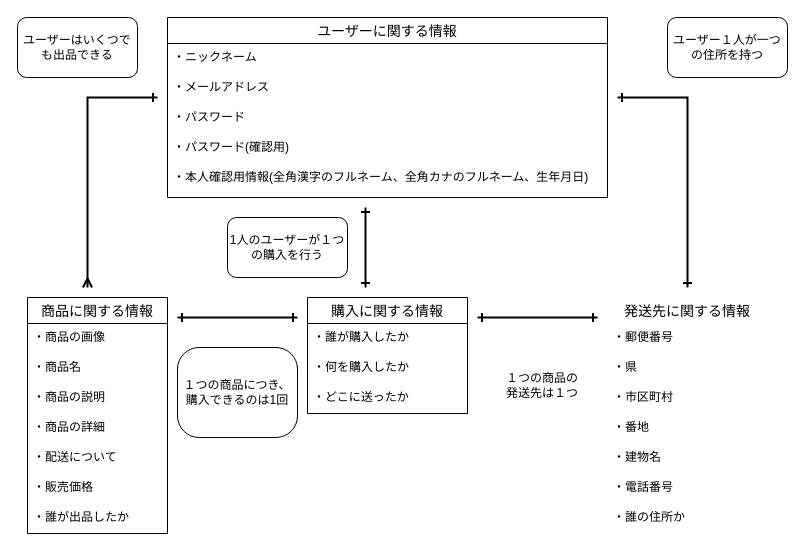
The draw.io diagram page "Modeling" (2 of 3) of figure.dio in nana0817/furima-39589, before the edit. Source tidied: cells renumbered, new cells numbered last; positions are measured from the earlier drawing's top-left corner, leaving out a move shared by most shapes. Both pictures are drawn from the tidied source at 100%, with x=0, y=0 at pixel (17, 17).
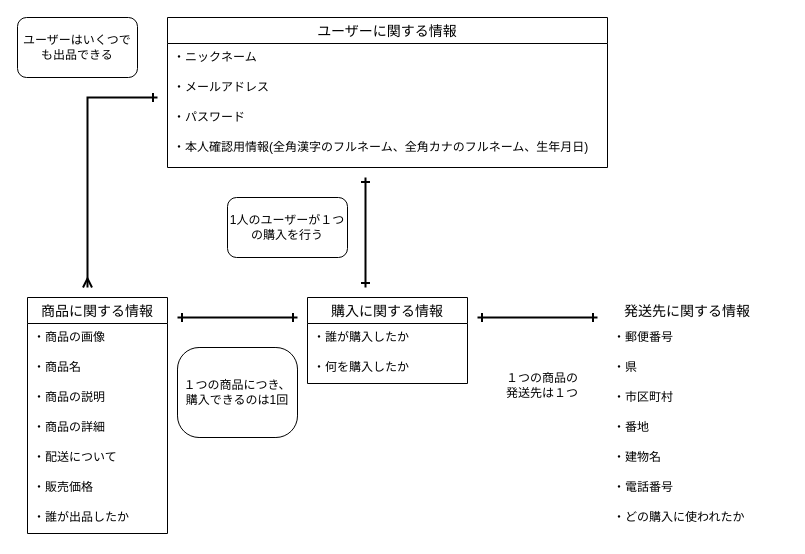
The same page after the edit.

The change refers to these unchanged cells:
```xml
<mxCell id="25" value="発送先に関する情報" style="swimlane;fontStyle=0;horizontal=1;startSize=26;align=center;fontSize=14;rounded=0;shadow=0;glass=0;labelBackgroundColor=none;labelBorderColor=none;sketch=0;strokeColor=#FFFFFF;fillColor=none;" parent="1" vertex="1">
  <mxGeometry x="590" y="280" width="160" height="236" as="geometry" />
</mxCell>
```

Diff of the diagram source:
```diff
@@
     <mxCell id="10" style="edgeStyle=none;rounded=0;sketch=0;jumpSize=6;html=1;strokeWidth=2;startArrow=ERone;startFill=0;endArrow=ERone;endFill=0;sourcePerimeterSpacing=0;targetPerimeterSpacing=100;" parent="1" edge="1">
       <mxGeometry relative="1" as="geometry">
         <mxPoint x="348" y="270" as="sourcePoint" />
-        <mxPoint x="348" y="190" as="targetPoint" />
+        <mxPoint x="348" y="160" as="targetPoint" />
       </mxGeometry>
     </mxCell>
     <mxCell id="11" value="購入に関する情報" style="swimlane;fontStyle=0;horizontal=1;startSize=26;align=center;fontSize=14;" parent="1" vertex="1">
-      <mxGeometry x="290" y="280" width="160" height="116" as="geometry" />
+      <mxGeometry x="290" y="280" width="160" height="86" as="geometry" />
     </mxCell>
@@
-    <mxCell id="14" value="・どこに送ったか" style="text;strokeColor=none;fillColor=none;spacingLeft=4;spacingRight=4;overflow=hidden;fontSize=12;rounded=0;shadow=0;glass=0;labelBackgroundColor=none;labelBorderColor=none;sketch=0;" parent="11" vertex="1">
-      <mxGeometry y="86" width="160" height="30" as="geometry" />
-    </mxCell>
     <mxCell id="15" value="ユーザーに関する情報" style="swimlane;fontStyle=0;horizontal=1;startSize=26;align=center;fontSize=14;strokeColor=default;" parent="1" vertex="1">
-      <mxGeometry x="150" width="440" height="180" as="geometry" />
+      <mxGeometry x="150" width="440" height="150" as="geometry" />
     </mxCell>
@@
-    <mxCell id="19" value="・パスワード(確認用)" style="text;strokeColor=none;fillColor=none;spacingLeft=4;spacingRight=4;overflow=hidden;fontSize=12;" parent="15" vertex="1">
-      <mxGeometry y="116" width="440" height="30" as="geometry" />
-    </mxCell>
     <mxCell id="20" value="・本人確認用情報(全角漢字のフルネーム、全角カナのフルネーム、生年月日)" style="text;strokeColor=none;fillColor=none;spacingLeft=4;spacingRight=4;overflow=hidden;fontSize=12;" parent="15" vertex="1">
-      <mxGeometry y="146" width="440" height="34" as="geometry" />
+      <mxGeometry y="116" width="440" height="34" as="geometry" />
     </mxCell>
@@
     <mxCell id="23" value="1人のユーザーが１つの購入を行う" style="rounded=1;whiteSpace=wrap;html=1;strokeColor=default;" parent="1" vertex="1">
-      <mxGeometry x="210" y="200" width="120" height="60" as="geometry" />
+      <mxGeometry x="210" y="180" width="120" height="60" as="geometry" />
     </mxCell>
@@
-    <mxCell id="32" value="・誰の住所か" style="text;strokeColor=none;fillColor=none;spacingLeft=4;spacingRight=4;overflow=hidden;fontSize=12;rounded=1;shadow=0;glass=0;labelBackgroundColor=none;labelBorderColor=none;sketch=0;" parent="25" vertex="1">
+    <mxCell id="32" value="・どの購入に使われたか" style="text;strokeColor=none;fillColor=none;spacingLeft=4;spacingRight=4;overflow=hidden;fontSize=12;rounded=1;shadow=0;glass=0;labelBackgroundColor=none;labelBorderColor=none;sketch=0;" parent="25" vertex="1">
       <mxGeometry y="206" width="160" height="30" as="geometry" />
     </mxCell>
-    <mxCell id="33" style="endArrow=ERone;html=1;rounded=0;sketch=0;strokeWidth=2;sourcePerimeterSpacing=0;targetPerimeterSpacing=100;jumpSize=6;startArrow=ERone;startFill=0;endFill=0;" parent="1" edge="1">
-      <mxGeometry relative="1" as="geometry">
-        <mxPoint x="600" y="80" as="sourcePoint" />
-        <mxPoint x="670" y="270" as="targetPoint" />
-        <Array as="points">
-          <mxPoint x="670" y="80" />
-        </Array>
-      </mxGeometry>
-    </mxCell>
@@
-    <mxCell id="35" value="ユーザー１人が一つの住所を持つ" style="rounded=1;whiteSpace=wrap;html=1;strokeColor=default;" parent="1" vertex="1">
-      <mxGeometry x="650" width="120" height="60" as="geometry" />
-    </mxCell>
```
